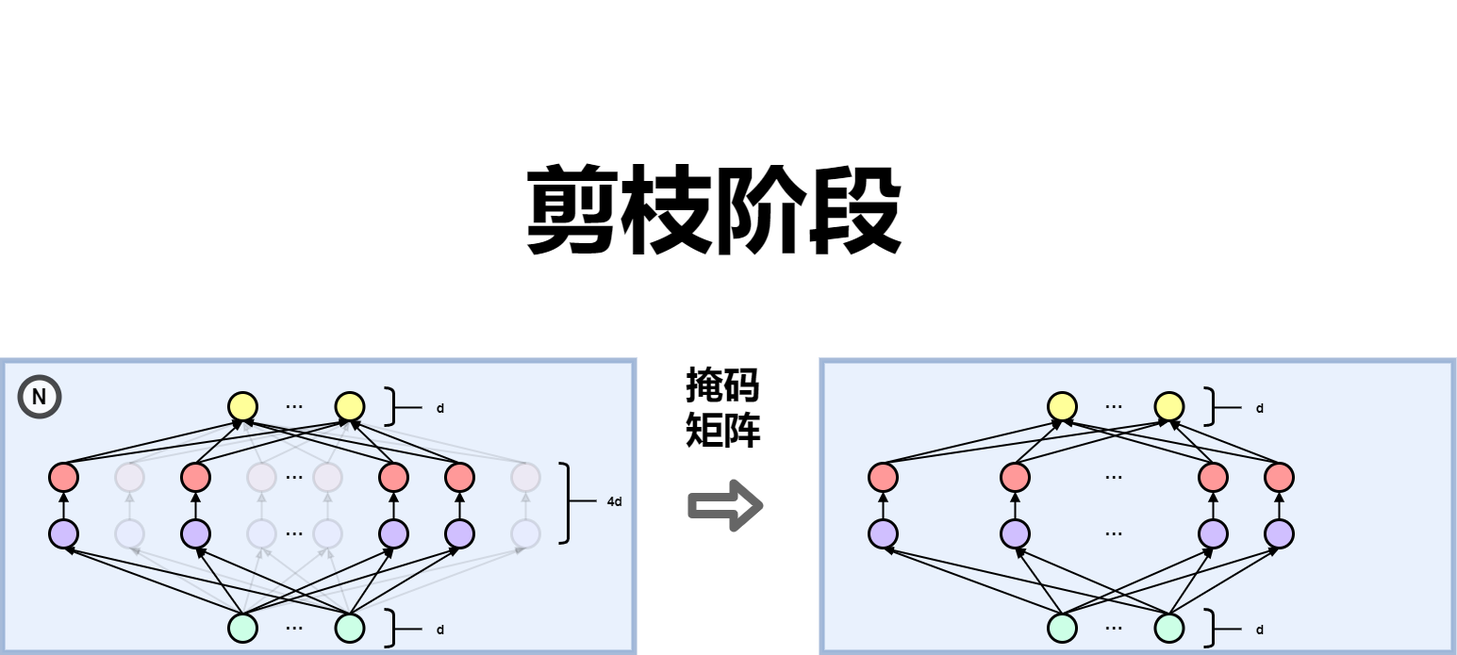
Before: fnn_change.png, a diagram exported from draw.io (AAAAAAAyq/Personal-Studying). Source tidied: cells renumbered, new cells last; positions are measured from the earlier drawing's top-left corner, leaving out a move shared by most shapes.
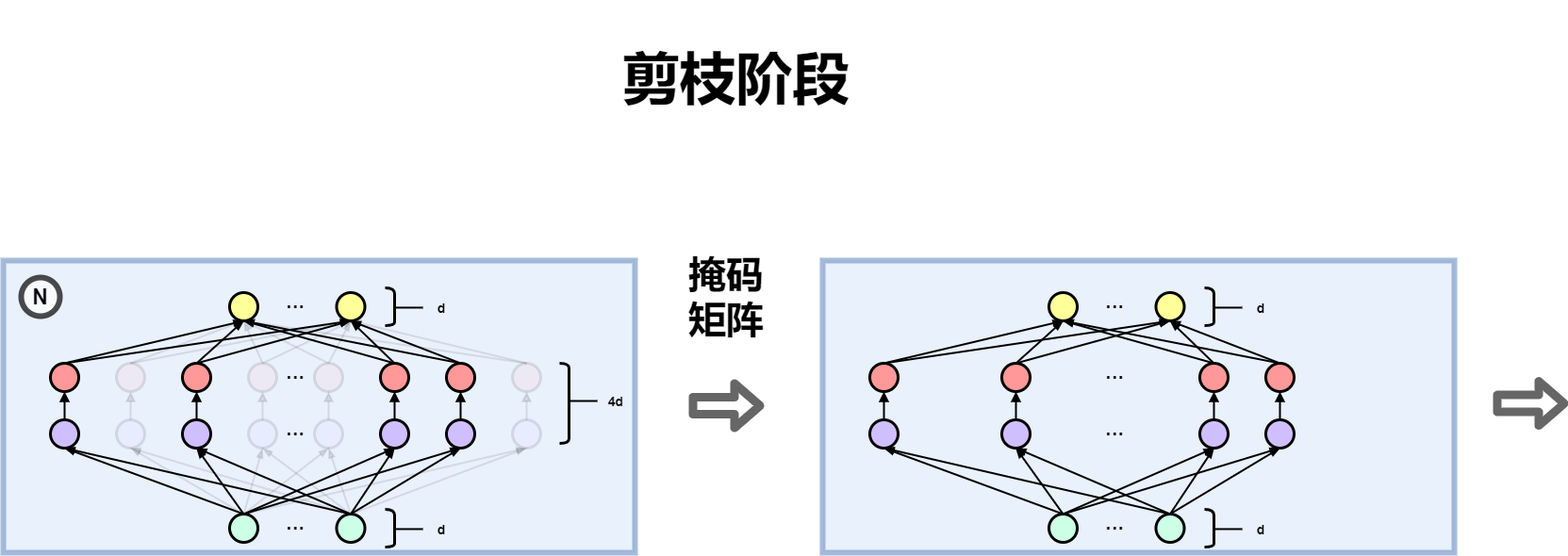
After the change.

What changed in the source:
```diff
@@ -516,10 +516,16 @@
       <mxGeometry x="1284" y="422" width="100" height="20" as="geometry" />
     </mxCell>
     <mxCell id="149" value="&lt;b&gt;&lt;font style=&quot;font-size: 40px&quot;&gt;掩码矩阵&lt;/font&gt;&lt;/b&gt;" style="text;html=1;strokeColor=none;fillColor=none;align=center;verticalAlign=middle;whiteSpace=wrap;rounded=0;rotation=0;" parent="1" vertex="1">
-      <mxGeometry x="710" y="210.5" width="110" height="440.5" as="geometry" />
+      <mxGeometry x="712" y="324.5" width="110" height="191.5" as="geometry" />
     </mxCell>
-    <mxCell id="150" value="&lt;b&gt;&lt;font style=&quot;font-size: 100px&quot;&gt;剪枝阶段&lt;/font&gt;&lt;/b&gt;" style="text;html=1;strokeColor=none;fillColor=none;align=center;verticalAlign=middle;whiteSpace=wrap;rounded=0;rotation=0;" parent="1" vertex="1">
-      <mxGeometry x="500" y="0.5" width="510" height="440.5" as="geometry" />
+    <mxCell id="150" value="&lt;b&gt;&lt;font style=&quot;font-size: 60px&quot;&gt;剪枝阶段&lt;/font&gt;&lt;/b&gt;" style="text;html=1;strokeColor=none;fillColor=none;align=center;verticalAlign=middle;whiteSpace=wrap;rounded=0;rotation=0;" parent="1" vertex="1">
+      <mxGeometry x="620" y="106" width="315" height="166.5" as="geometry" />
     </mxCell>
+    <mxCell id="151" style="shape=flexArrow;endArrow=classic;html=1;opacity=60;strokeWidth=9;" parent="1" edge="1">
+      <mxGeometry relative="1" as="geometry">
+        <mxPoint x="1580" y="533.6" as="sourcePoint" />
+        <mxPoint x="1660" y="533.6" as="targetPoint" />
+      </mxGeometry>
+    </mxCell>
   </root>
 </mxGraphModel>
```
